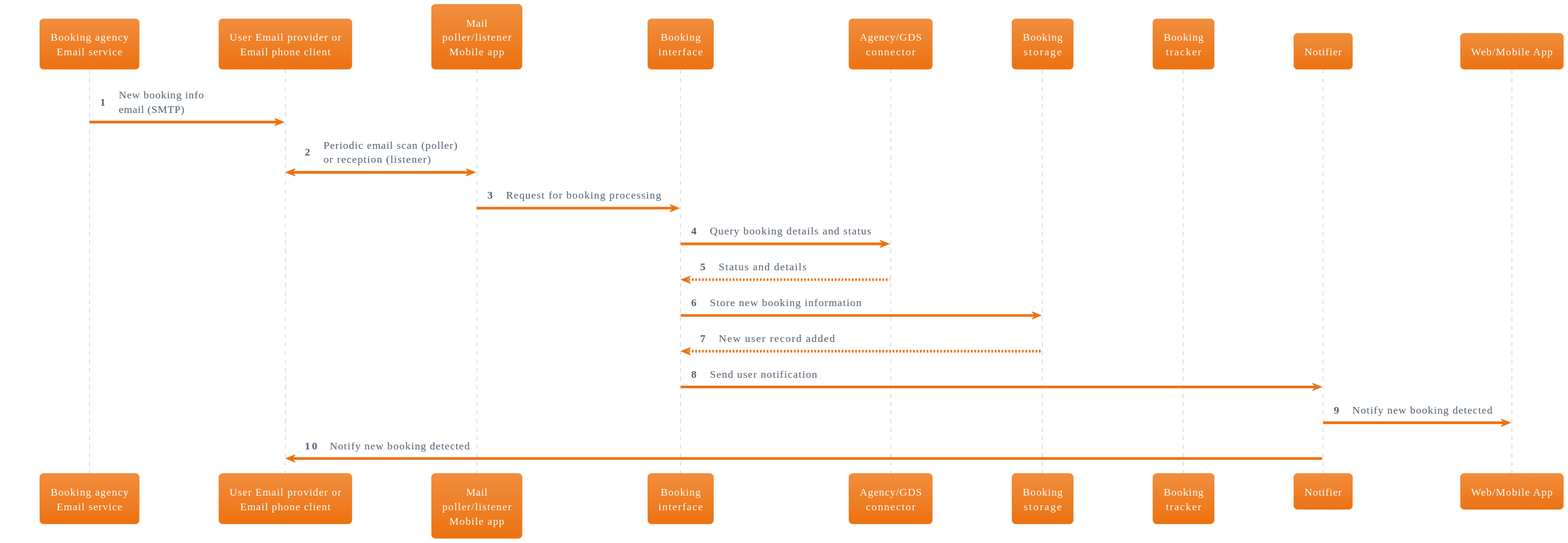
The PlantUML diagram doc/use_cases/booking_added_via_email.svg in relic-da/ArchEnemies, before a commit.
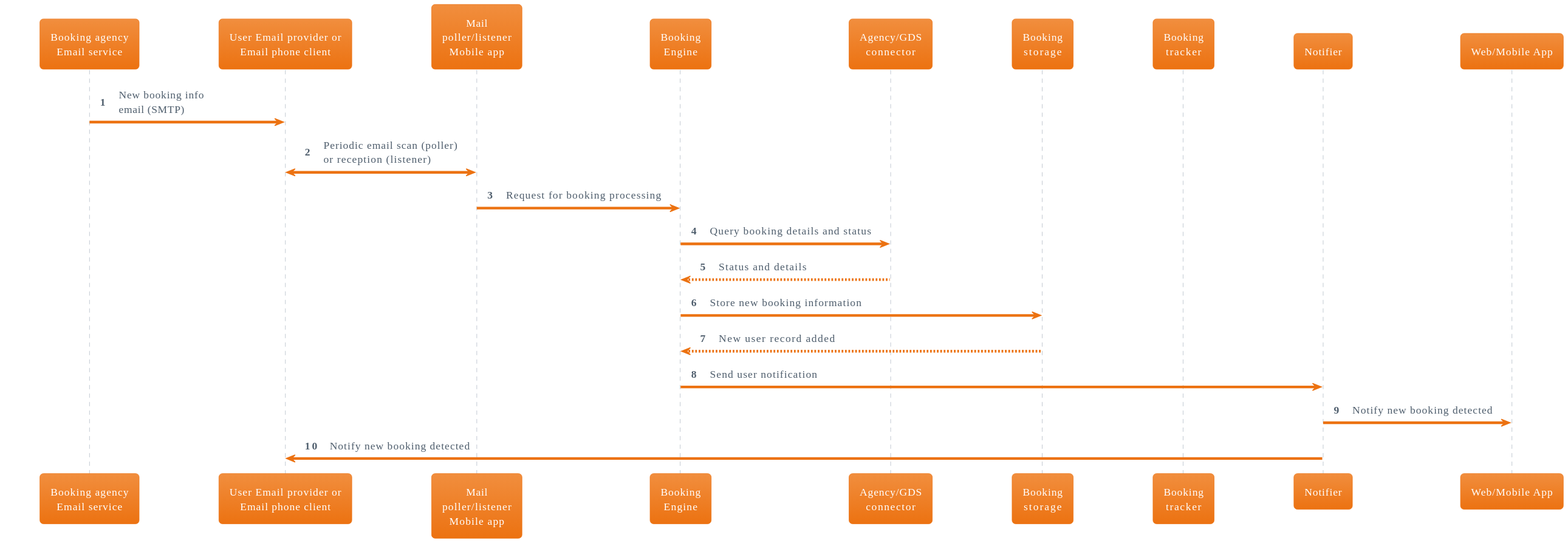
After the commit.

Change to the diagram source:
```diff
@@ -9,7 +9,7 @@
 participant "Booking agency\nEmail service" as agency
 participant "User Email provider or\nEmail phone client" as user_email
 participant "Mail\npoller/listener\nMobile app" as mail_poller
-participant "Booking\ninterface" as booking_interface
+participant "Booking\nEngine" as booking_engine
 participant "Agency/GDS\nconnector" as agency_connector
 participant "Booking\nstorage" as booking_storage
 participant "Booking\ntracker" as booking_tracker
@@ -19,12 +19,12 @@
 
 agency -> user_email: New booking info\nemail (SMTP)
 mail_poller <-> user_email: Periodic email scan (poller)\nor reception (listener)
-mail_poller -> booking_interface: Request for booking processing
-booking_interface -> agency_connector: Query booking details and status
+mail_poller -> booking_engine: Request for booking processing
+booking_engine -> agency_connector: Query booking details and status
 return Status and details
-booking_interface -> booking_storage: Store new booking information
+booking_engine -> booking_storage: Store new booking information
 return New user record added
-booking_interface -> notifier: Send user notification
+booking_engine -> notifier: Send user notification
 notifier -> app: Notify new booking detected
 notifier -> user_email: Notify new booking detected
 @enduml
```
